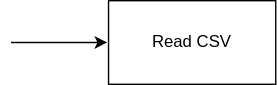
This is doc/step_1.drawio.svg from nigdanil/scrapy_comics, a draw.io export, as it was before one commit. Source tidied: cells renumbered, new cells last; positions are measured from the earlier drawing's top-left corner, leaving out a move shared by most shapes. The source it was exported from:
```xml
<mxGraphModel>
  <root>
    <mxCell id="0" />
    <mxCell id="1" parent="0" />
    <mxCell id="2" style="edgeStyle=none;html=1;endArrow=none;endFill=0;startArrow=classic;startFill=1;" parent="1" edge="1">
      <mxGeometry relative="1" as="geometry">
        <mxPoint x="69" y="30" as="sourcePoint" />
        <mxPoint y="30" as="targetPoint" />
      </mxGeometry>
    </mxCell>
    <mxCell id="3" value="Read CSV" style="whiteSpace=wrap;html=1;" parent="1" vertex="1">
      <mxGeometry x="70" width="120" height="60" as="geometry" />
    </mxCell>
  </root>
</mxGraphModel>
```
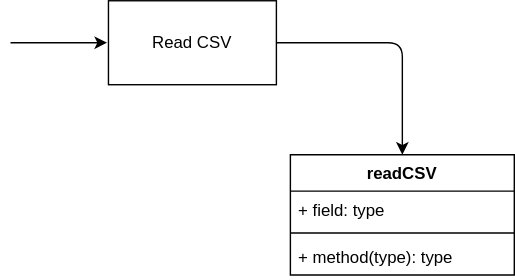
The same diagram one commit later.

What changed in the source:
```diff
@@ -8,8 +8,23 @@
         <mxPoint y="30" as="targetPoint" />
       </mxGeometry>
     </mxCell>
+    <mxCell id="4" style="edgeStyle=orthogonalEdgeStyle;html=1;entryX=0.5;entryY=0;entryDx=0;entryDy=0;" parent="1" edge="1" source="3" target="5">
+      <mxGeometry relative="1" as="geometry" />
+    </mxCell>
     <mxCell id="3" value="Read CSV" style="whiteSpace=wrap;html=1;" parent="1" vertex="1">
       <mxGeometry x="70" width="120" height="60" as="geometry" />
     </mxCell>
+    <mxCell id="5" value="readCSV" style="swimlane;fontStyle=1;align=center;verticalAlign=top;horizontal=1;startSize=26;" parent="1" vertex="1">
+      <mxGeometry x="200" y="110" width="160" height="86" as="geometry" />
+    </mxCell>
+    <mxCell id="6" value="+ field: type" style="text;strokeColor=none;fillColor=none;align=left;verticalAlign=top;spacingLeft=4;spacingRight=4;overflow=hidden;" parent="5" vertex="1">
+      <mxGeometry y="26" width="160" height="26" as="geometry" />
+    </mxCell>
+    <mxCell id="7" style="line;strokeWidth=1;fillColor=none;align=left;verticalAlign=middle;spacingTop=-1;spacingLeft=3;spacingRight=3;labelPosition=right;strokeColor=inherit;" parent="5" vertex="1">
+      <mxGeometry y="52" width="160" height="8" as="geometry" />
+    </mxCell>
+    <mxCell id="8" value="+ method(type): type" style="text;strokeColor=none;fillColor=none;align=left;verticalAlign=top;spacingLeft=4;spacingRight=4;overflow=hidden;" parent="5" vertex="1">
+      <mxGeometry y="60" width="160" height="26" as="geometry" />
+    </mxCell>
   </root>
 </mxGraphModel>
```
